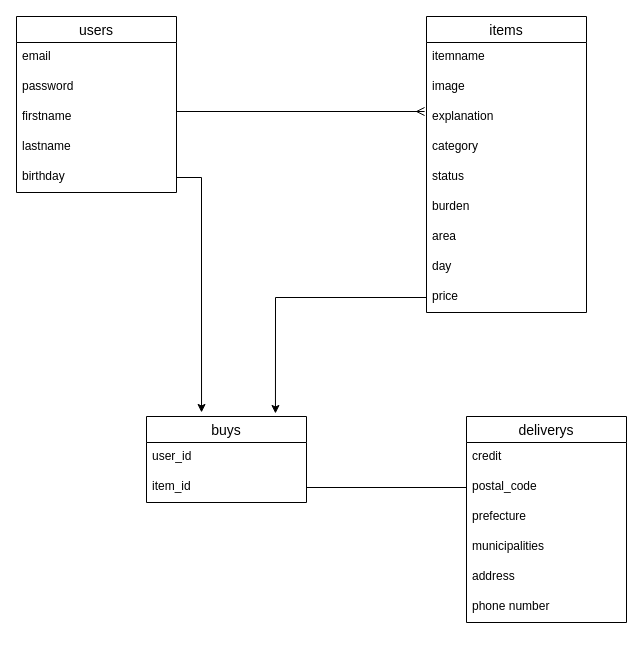
Before: furima.dio in kei-toriki/furima-35199, a draw.io diagram. Source tidied: cells renumbered, new cells numbered last; positions are measured from the earlier drawing's top-left corner, leaving out a move shared by most shapes. Both pictures are drawn from the tidied source at 100%, with x=0, y=0 at pixel (16, 16).
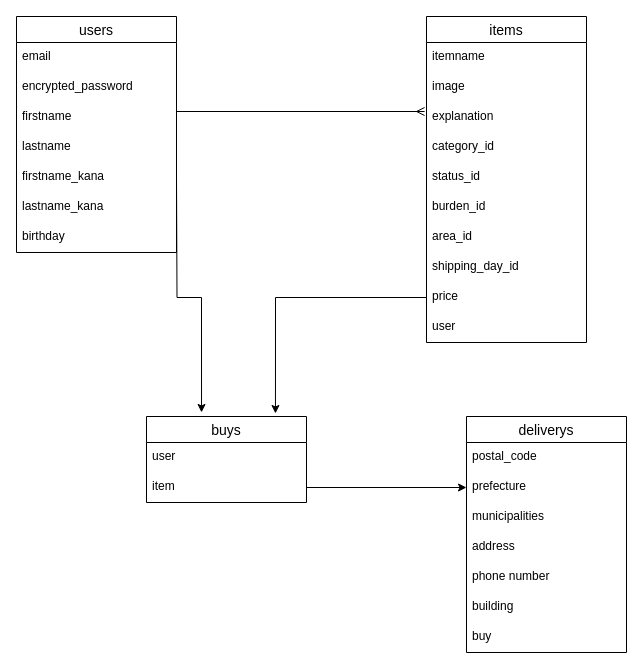
Above is the later version.

The change refers to these unchanged cells:
```xml
<mxCell id="12" value="buys" style="swimlane;fontStyle=0;horizontal=1;startSize=26;align=center;fontSize=14;" parent="1" vertex="1">
  <mxGeometry x="130" y="400" width="160" height="86" as="geometry" />
</mxCell>
```

Change to the diagram source:
```diff
@@
     <mxCell id="2" value="items" style="swimlane;fontStyle=0;horizontal=1;startSize=26;align=center;fontSize=14;" parent="1" vertex="1">
-      <mxGeometry x="410" width="160" height="296" as="geometry" />
+      <mxGeometry x="410" width="160" height="326" as="geometry" />
     </mxCell>
@@
-    <mxCell id="6" value="category" style="text;strokeColor=none;fillColor=none;spacingLeft=4;spacingRight=4;overflow=hidden;fontSize=12;" parent="2" vertex="1">
+    <mxCell id="6" value="category_id" style="text;strokeColor=none;fillColor=none;spacingLeft=4;spacingRight=4;overflow=hidden;fontSize=12;" parent="2" vertex="1">
       <mxGeometry y="116" width="160" height="30" as="geometry" />
     </mxCell>
-    <mxCell id="7" value="status" style="text;strokeColor=none;fillColor=none;spacingLeft=4;spacingRight=4;overflow=hidden;fontSize=12;" parent="2" vertex="1">
+    <mxCell id="7" value="status_id" style="text;strokeColor=none;fillColor=none;spacingLeft=4;spacingRight=4;overflow=hidden;fontSize=12;" parent="2" vertex="1">
       <mxGeometry y="146" width="160" height="30" as="geometry" />
     </mxCell>
-    <mxCell id="8" value="burden" style="text;strokeColor=none;fillColor=none;spacingLeft=4;spacingRight=4;overflow=hidden;fontSize=12;" parent="2" vertex="1">
+    <mxCell id="8" value="burden_id" style="text;strokeColor=none;fillColor=none;spacingLeft=4;spacingRight=4;overflow=hidden;fontSize=12;" parent="2" vertex="1">
       <mxGeometry y="176" width="160" height="30" as="geometry" />
     </mxCell>
-    <mxCell id="9" value="area" style="text;strokeColor=none;fillColor=none;spacingLeft=4;spacingRight=4;overflow=hidden;fontSize=12;" parent="2" vertex="1">
+    <mxCell id="9" value="area_id" style="text;strokeColor=none;fillColor=none;spacingLeft=4;spacingRight=4;overflow=hidden;fontSize=12;" parent="2" vertex="1">
       <mxGeometry y="206" width="160" height="30" as="geometry" />
     </mxCell>
-    <mxCell id="10" value="day" style="text;strokeColor=none;fillColor=none;spacingLeft=4;spacingRight=4;overflow=hidden;fontSize=12;" parent="2" vertex="1">
+    <mxCell id="10" value="shipping_day_id" style="text;strokeColor=none;fillColor=none;spacingLeft=4;spacingRight=4;overflow=hidden;fontSize=12;" parent="2" vertex="1">
       <mxGeometry y="236" width="160" height="30" as="geometry" />
     </mxCell>
@@
+    <mxCell id="32" value="user" style="text;strokeColor=none;fillColor=none;spacingLeft=4;spacingRight=4;overflow=hidden;fontSize=12;" parent="2" vertex="1">
+      <mxGeometry y="296" width="160" height="30" as="geometry" />
+    </mxCell>
@@
-    <mxCell id="13" value="user_id" style="text;strokeColor=none;fillColor=none;spacingLeft=4;spacingRight=4;overflow=hidden;fontSize=12;" parent="12" vertex="1">
+    <mxCell id="13" value="user" style="text;strokeColor=none;fillColor=none;spacingLeft=4;spacingRight=4;overflow=hidden;fontSize=12;" parent="12" vertex="1">
       <mxGeometry y="26" width="160" height="30" as="geometry" />
     </mxCell>
-    <mxCell id="14" value="item_id" style="text;strokeColor=none;fillColor=none;spacingLeft=4;spacingRight=4;overflow=hidden;points=[[0,0.5],[1,0.5]];portConstraint=eastwest;fontSize=12;" parent="12" vertex="1">
+    <mxCell id="14" value="item" style="text;strokeColor=none;fillColor=none;spacingLeft=4;spacingRight=4;overflow=hidden;points=[[0,0.5],[1,0.5]];portConstraint=eastwest;fontSize=12;" parent="12" vertex="1">
       <mxGeometry y="56" width="160" height="30" as="geometry" />
     </mxCell>
     <mxCell id="15" value="deliverys" style="swimlane;fontStyle=0;horizontal=1;startSize=26;align=center;fontSize=14;" parent="1" vertex="1">
-      <mxGeometry x="450" y="400" width="160" height="206" as="geometry" />
+      <mxGeometry x="450" y="400" width="160" height="236" as="geometry" />
     </mxCell>
-    <mxCell id="16" value="credit" style="text;strokeColor=none;fillColor=none;spacingLeft=4;spacingRight=4;overflow=hidden;fontSize=12;" parent="15" vertex="1">
-      <mxGeometry y="26" width="160" height="30" as="geometry" />
-    </mxCell>
     <mxCell id="17" value="postal_code" style="text;strokeColor=none;fillColor=none;spacingLeft=4;spacingRight=4;overflow=hidden;points=[[0,0.5],[1,0.5]];portConstraint=eastwest;fontSize=12;" parent="15" vertex="1">
-      <mxGeometry y="56" width="160" height="30" as="geometry" />
+      <mxGeometry y="26" width="160" height="30" as="geometry" />
     </mxCell>
     <mxCell id="18" value="prefecture" style="text;strokeColor=none;fillColor=none;spacingLeft=4;spacingRight=4;overflow=hidden;points=[[0,0.5],[1,0.5]];portConstraint=eastwest;fontSize=12;" parent="15" vertex="1">
-      <mxGeometry y="86" width="160" height="30" as="geometry" />
+      <mxGeometry y="56" width="160" height="30" as="geometry" />
     </mxCell>
     <mxCell id="19" value="municipalities" style="text;strokeColor=none;fillColor=none;spacingLeft=4;spacingRight=4;overflow=hidden;fontSize=12;" parent="15" vertex="1">
-      <mxGeometry y="116" width="160" height="30" as="geometry" />
+      <mxGeometry y="86" width="160" height="30" as="geometry" />
     </mxCell>
     <mxCell id="20" value="address" style="text;strokeColor=none;fillColor=none;spacingLeft=4;spacingRight=4;overflow=hidden;fontSize=12;" parent="15" vertex="1">
-      <mxGeometry y="146" width="160" height="30" as="geometry" />
+      <mxGeometry y="116" width="160" height="30" as="geometry" />
     </mxCell>
     <mxCell id="21" value="phone number" style="text;strokeColor=none;fillColor=none;spacingLeft=4;spacingRight=4;overflow=hidden;fontSize=12;" parent="15" vertex="1">
-      <mxGeometry y="176" width="160" height="30" as="geometry" />
+      <mxGeometry y="146" width="160" height="30" as="geometry" />
     </mxCell>
+    <mxCell id="33" value="building " style="text;strokeColor=none;fillColor=none;spacingLeft=4;spacingRight=4;overflow=hidden;fontSize=12;" parent="15" vertex="1">
+      <mxGeometry y="176" width="160" height="30" as="geometry" />
+    </mxCell>
+    <mxCell id="34" value="buy" style="text;strokeColor=none;fillColor=none;spacingLeft=4;spacingRight=4;overflow=hidden;fontSize=12;" parent="15" vertex="1">
+      <mxGeometry y="206" width="160" height="30" as="geometry" />
+    </mxCell>
     <mxCell id="22" value="users" style="swimlane;fontStyle=0;horizontal=1;startSize=26;align=center;fontSize=14;shadow=0;" parent="1" vertex="1">
-      <mxGeometry width="160" height="176" as="geometry" />
+      <mxGeometry width="160" height="236" as="geometry" />
     </mxCell>
@@
-    <mxCell id="24" value="password" style="text;strokeColor=none;fillColor=none;spacingLeft=4;spacingRight=4;overflow=hidden;fontSize=12;" parent="22" vertex="1">
+    <mxCell id="24" value="encrypted_password" style="text;strokeColor=none;fillColor=none;spacingLeft=4;spacingRight=4;overflow=hidden;fontSize=12;" parent="22" vertex="1">
       <mxGeometry y="56" width="160" height="30" as="geometry" />
     </mxCell>
@@
+    <mxCell id="35" value="firstname_kana" style="text;strokeColor=none;fillColor=none;spacingLeft=4;spacingRight=4;overflow=hidden;fontSize=12;" parent="22" vertex="1">
+      <mxGeometry y="146" width="160" height="30" as="geometry" />
+    </mxCell>
+    <mxCell id="36" value="lastname_kana" style="text;strokeColor=none;fillColor=none;spacingLeft=4;spacingRight=4;overflow=hidden;fontSize=12;" parent="22" vertex="1">
+      <mxGeometry y="176" width="160" height="30" as="geometry" />
+    </mxCell>
     <mxCell id="27" value="birthday" style="text;strokeColor=none;fillColor=none;spacingLeft=4;spacingRight=4;overflow=hidden;points=[[0,0.5],[1,0.5]];portConstraint=eastwest;fontSize=12;" parent="22" vertex="1">
-      <mxGeometry y="146" width="160" height="30" as="geometry" />
+      <mxGeometry y="206" width="160" height="30" as="geometry" />
     </mxCell>
@@
-    <mxCell id="29" style="edgeStyle=orthogonalEdgeStyle;rounded=0;jettySize=auto;html=1;exitX=1;exitY=0.5;exitDx=0;exitDy=0;entryX=0;entryY=0.5;entryDx=0;entryDy=0;endArrow=none;endFill=0;" parent="1" edge="1" source="14" target="17">
-      <mxGeometry relative="1" as="geometry" />
-    </mxCell>
-    <mxCell id="30" style="edgeStyle=orthogonalEdgeStyle;rounded=0;jettySize=auto;html=1;exitX=1;exitY=0.5;exitDx=0;exitDy=0;entryX=0.344;entryY=-0.047;entryDx=0;entryDy=0;entryPerimeter=0;" parent="1" edge="1" source="27" target="12">
-      <mxGeometry relative="1" as="geometry" />
+    <mxCell id="30" style="edgeStyle=orthogonalEdgeStyle;rounded=0;jettySize=auto;html=1;exitX=1;exitY=0.5;exitDx=0;exitDy=0;entryX=0.344;entryY=-0.047;entryDx=0;entryDy=0;entryPerimeter=0;" parent="1" edge="1" target="12">
+      <mxGeometry relative="1" as="geometry">
+        <mxPoint x="160" y="161" as="sourcePoint" />
+      </mxGeometry>
     </mxCell>
@@
+    <mxCell id="37" style="edgeStyle=orthogonalEdgeStyle;rounded=0;jettySize=auto;html=1;exitX=1;exitY=0.5;exitDx=0;exitDy=0;entryX=0;entryY=0.5;entryDx=0;entryDy=0;" parent="1" edge="1" source="14" target="18">
+      <mxGeometry relative="1" as="geometry" />
+    </mxCell>
```
